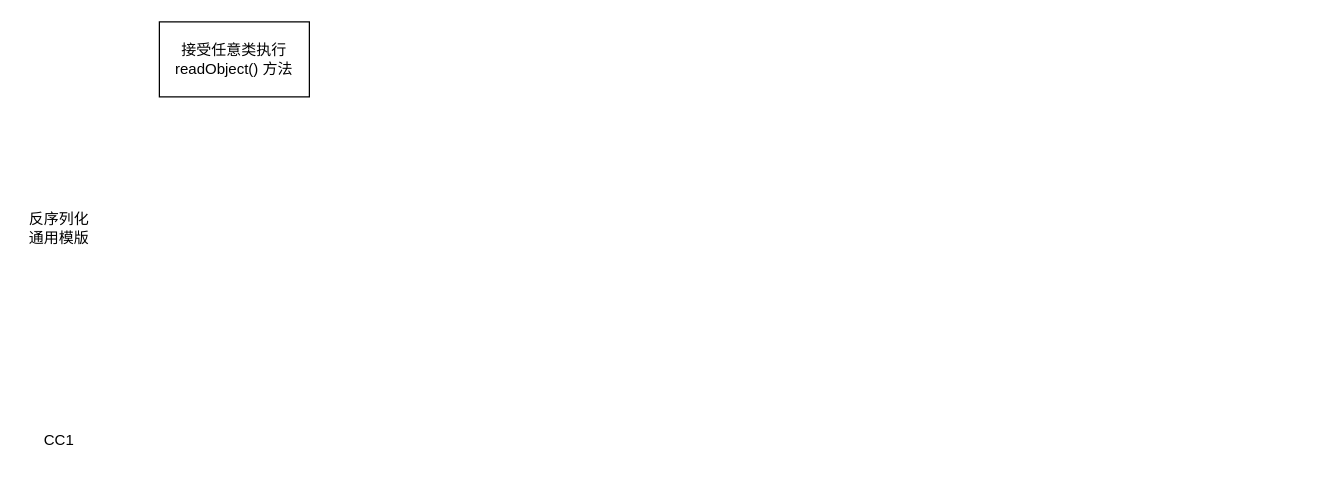
Earlier version of the draw.io diagram 反序列化链.drawio (TSY244/draw.io). Source tidied: cells renumbered, new cells numbered last; positions are measured from the earlier drawing's top-left corner, leaving out a move shared by most shapes. Both pictures are drawn from the tidied source at 125%, with x=0, y=0 at pixel (21, 21).
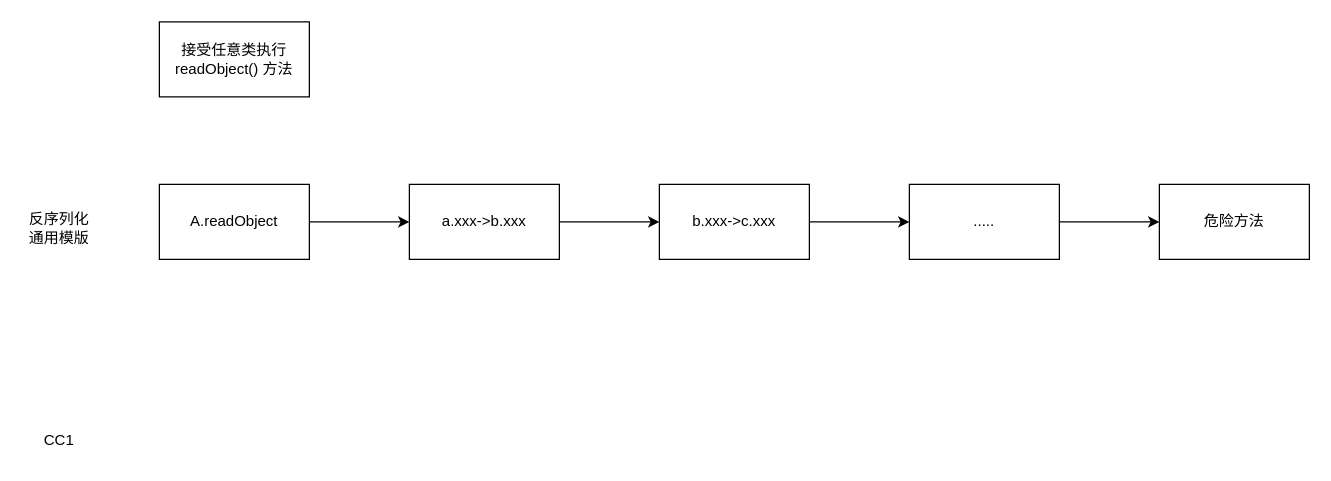
After the change.

Commit message:
更新反序列化链.drawio

The edit, as a diff of the source:
```diff
@@
 <mxGraphModel>
   <root>
     <mxCell id="0" />
     <mxCell id="1" parent="0" />
     <mxCell id="2" value="CC1" style="text;html=1;align=center;verticalAlign=middle;whiteSpace=wrap;rounded=0;" parent="1" vertex="1">
       <mxGeometry y="320" width="60" height="30" as="geometry" />
     </mxCell>
     <mxCell id="3" value="反序列化通用模版" style="text;html=1;align=center;verticalAlign=middle;whiteSpace=wrap;rounded=0;" parent="1" vertex="1">
       <mxGeometry y="150" width="60" height="30" as="geometry" />
     </mxCell>
     <mxCell id="4" value="接受任意类执行&lt;br&gt;readObject() 方法" style="rounded=0;whiteSpace=wrap;html=1;" parent="1" vertex="1">
       <mxGeometry x="110" width="120" height="60" as="geometry" />
     </mxCell>
+    <mxCell id="5" style="edgeStyle=orthogonalEdgeStyle;rounded=0;jettySize=auto;html=1;" parent="1" edge="1" source="6" target="8">
+      <mxGeometry relative="1" as="geometry" />
+    </mxCell>
+    <mxCell id="6" value="a.xxx-&amp;gt;b.xxx" style="whiteSpace=wrap;html=1;rounded=0;" parent="1" vertex="1">
+      <mxGeometry x="310" y="130" width="120" height="60" as="geometry" />
+    </mxCell>
+    <mxCell id="7" style="edgeStyle=orthogonalEdgeStyle;rounded=0;jettySize=auto;html=1;" parent="1" edge="1" source="8" target="12">
+      <mxGeometry relative="1" as="geometry" />
+    </mxCell>
+    <mxCell id="8" value="b.xxx-&amp;gt;c.xxx" style="whiteSpace=wrap;html=1;rounded=0;" parent="1" vertex="1">
+      <mxGeometry x="510" y="130" width="120" height="60" as="geometry" />
+    </mxCell>
+    <mxCell id="9" style="edgeStyle=orthogonalEdgeStyle;rounded=0;jettySize=auto;html=1;exitX=1;exitY=0.5;exitDx=0;exitDy=0;entryX=0;entryY=0.5;entryDx=0;entryDy=0;" parent="1" edge="1" source="10" target="6">
+      <mxGeometry relative="1" as="geometry" />
+    </mxCell>
+    <mxCell id="10" value="A.readObject" style="rounded=0;whiteSpace=wrap;html=1;" parent="1" vertex="1">
+      <mxGeometry x="110" y="130" width="120" height="60" as="geometry" />
+    </mxCell>
+    <mxCell id="11" style="edgeStyle=orthogonalEdgeStyle;rounded=0;jettySize=auto;html=1;" parent="1" edge="1" source="12" target="13">
+      <mxGeometry relative="1" as="geometry" />
+    </mxCell>
+    <mxCell id="12" value="....." style="whiteSpace=wrap;html=1;rounded=0;" parent="1" vertex="1">
+      <mxGeometry x="710" y="130" width="120" height="60" as="geometry" />
+    </mxCell>
+    <mxCell id="13" value="危险方法" style="whiteSpace=wrap;html=1;rounded=0;" parent="1" vertex="1">
+      <mxGeometry x="910" y="130" width="120" height="60" as="geometry" />
+    </mxCell>
   </root>
 </mxGraphModel>
```
